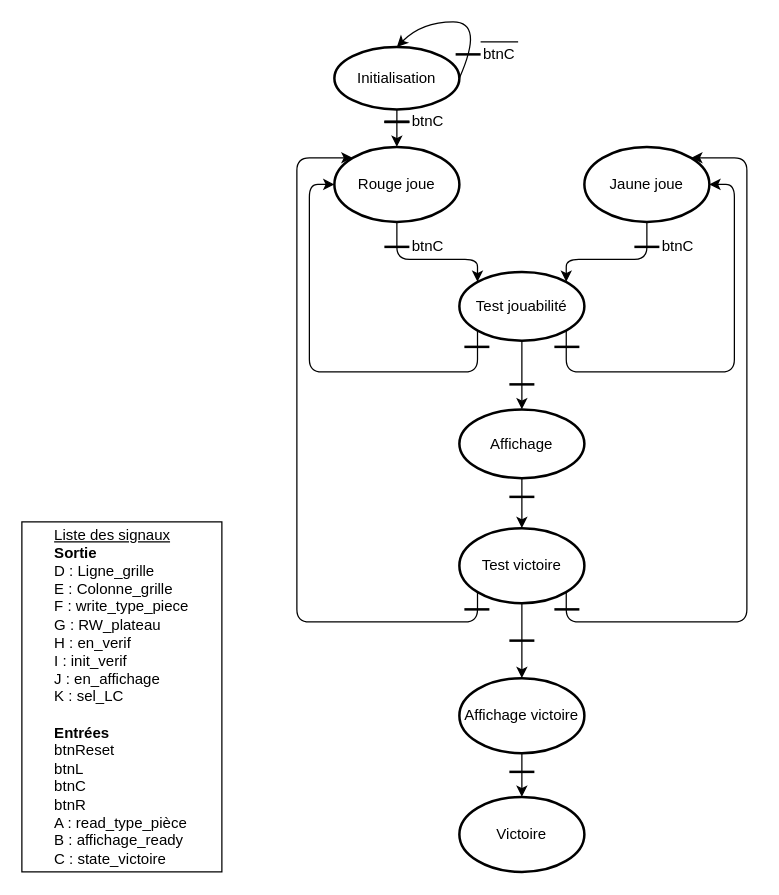
Above: page "Old-version" (1 of 2) of Sources/FSM/FSM.drawio in Starmaxou/Puissance4_VHDL (draw.io), before the change. Source tidied: cells renumbered, new cells numbered last; positions are measured from the earlier drawing's top-left corner, leaving out a move shared by most shapes. Both pictures are drawn from the tidied source at 125%, with x=0, y=0 at pixel (21, 21).
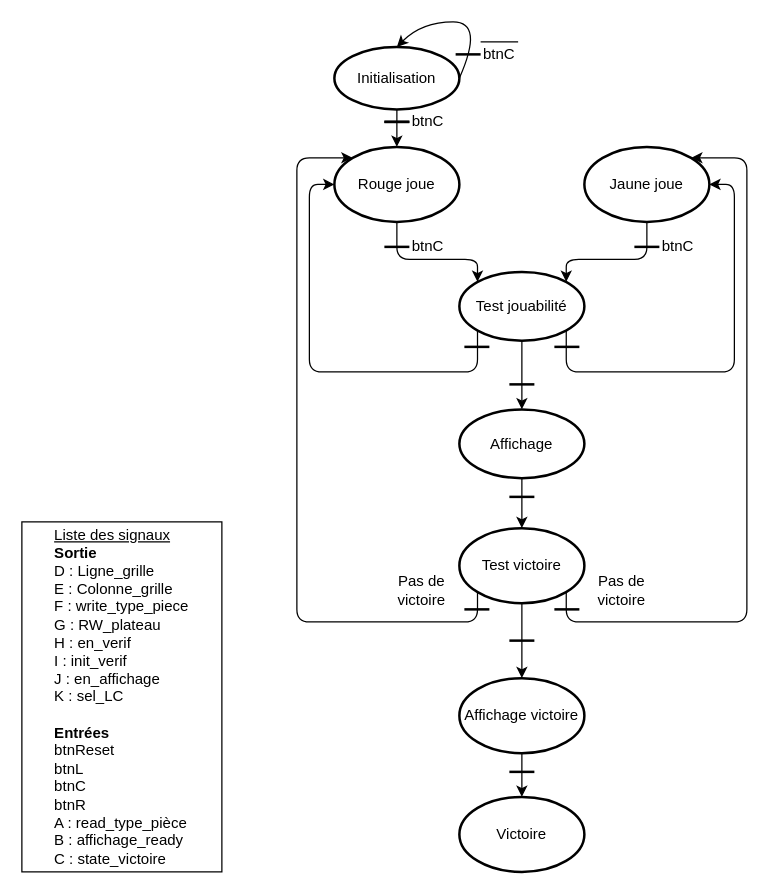
The same diagram, later.

What changed in the source:
```diff
@@
+    <mxCell id="41" value="Pas de victoire" style="text;html=1;strokeColor=none;fillColor=none;align=center;verticalAlign=middle;whiteSpace=wrap;rounded=0;" parent="1" vertex="1">
+      <mxGeometry x="300" y="445" width="40" height="20" as="geometry" />
+    </mxCell>
+    <mxCell id="42" value="Pas de victoire" style="text;html=1;strokeColor=none;fillColor=none;align=center;verticalAlign=middle;whiteSpace=wrap;rounded=0;" parent="1" vertex="1">
+      <mxGeometry x="460" y="445" width="40" height="20" as="geometry" />
+    </mxCell>
```
